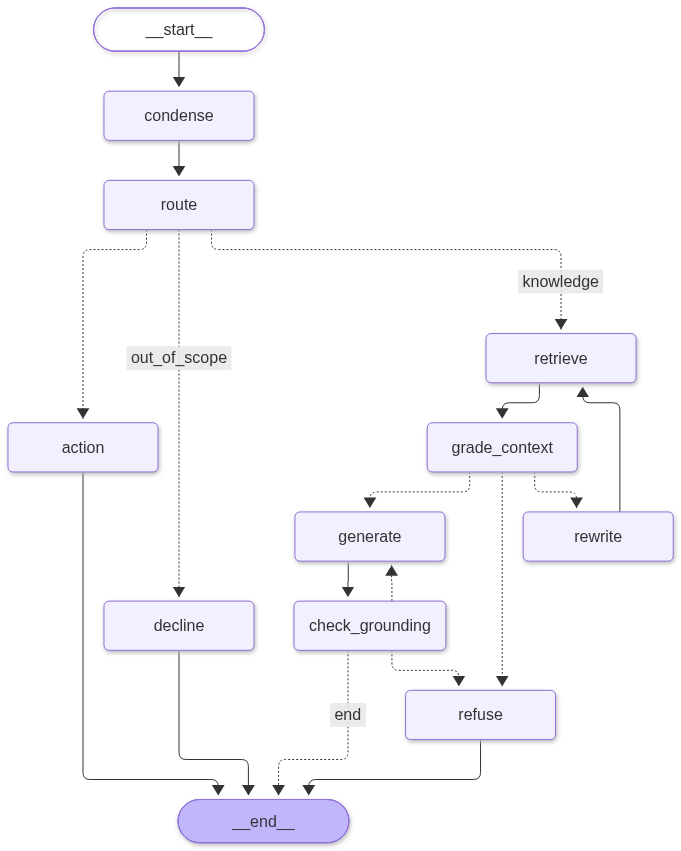
The Mermaid diagram docs/graph.png in DevBachani/securerag, before a commit. Its source is kept beside it as docs/graph.mmd.
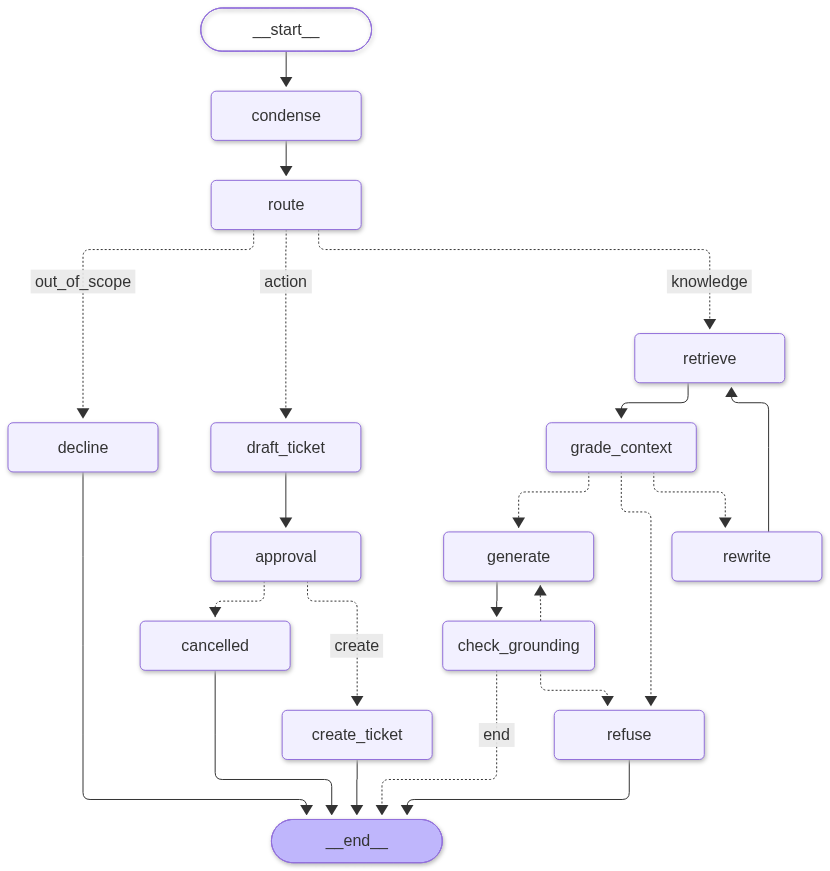
Above is the later version.

Commit message:
feat(agent): ticket tool with human-in-the-loop approval

Diff of the diagram source:
```diff
@@ -14,23 +14,30 @@
 	check_grounding(check_grounding)
 	refuse(refuse)
 	decline(decline)
-	action(action)
+	draft_ticket(draft_ticket)
+	approval(approval)
+	create_ticket(create_ticket)
+	cancelled(cancelled)
 	__end__([<p>__end__</p>]):::last
 	__start__ --> condense;
+	approval -.-> cancelled;
+	approval -. &nbsp;create&nbsp; .-> create_ticket;
 	check_grounding -. &nbsp;end&nbsp; .-> __end__;
 	check_grounding -.-> generate;
 	check_grounding -.-> refuse;
 	condense --> route;
+	draft_ticket --> approval;
 	generate --> check_grounding;
 	grade_context -.-> generate;
 	grade_context -.-> refuse;
 	grade_context -.-> rewrite;
 	retrieve --> grade_context;
 	rewrite --> retrieve;
-	route -.-> action;
 	route -. &nbsp;out_of_scope&nbsp; .-> decline;
+	route -. &nbsp;action&nbsp; .-> draft_ticket;
 	route -. &nbsp;knowledge&nbsp; .-> retrieve;
-	action --> __end__;
+	cancelled --> __end__;
+	create_ticket --> __end__;
 	decline --> __end__;
 	refuse --> __end__;
 	classDef default fill:#f2f0ff,line-height:1.2
```
